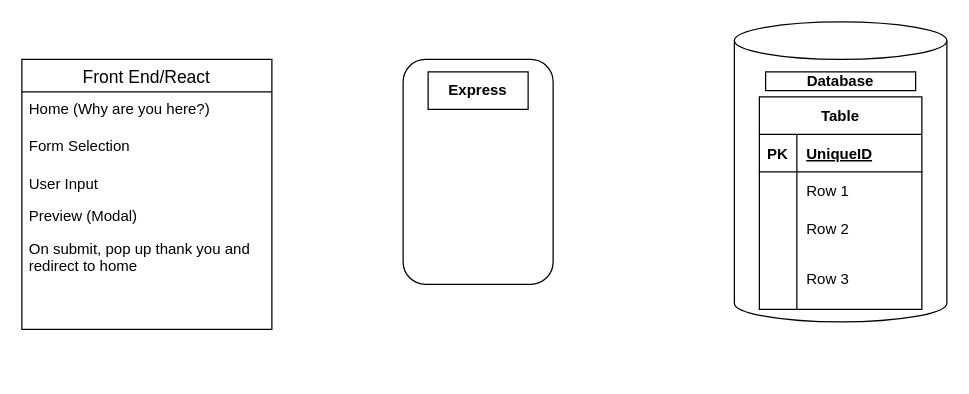
neg-0/mjolnir-frontend keeps this draw.io diagram as Untitled Diagram.drawio. Above is the earlier version. Source tidied: cells renumbered, new cells numbered last; positions are measured from the earlier drawing's top-left corner, leaving out a move shared by most shapes. Both pictures are drawn from the tidied source at 125%, with x=0, y=0 at pixel (21, 21).
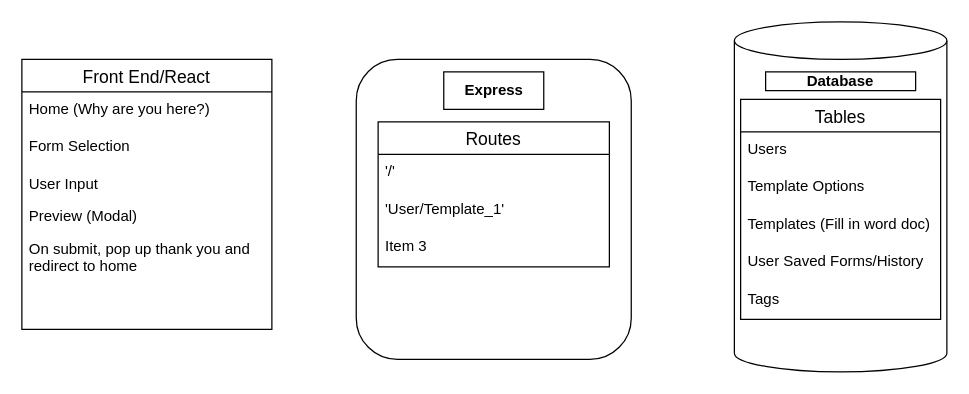
After the change.

Commit message:
Express and DataBase added

Diff of the diagram source:
```diff
@@
     <mxCell id="2" style="shape=cylinder3;whiteSpace=wrap;html=1;boundedLbl=1;backgroundOutline=1;size=15;" parent="1" vertex="1">
-      <mxGeometry x="570" width="170" height="240" as="geometry" />
+      <mxGeometry x="570" width="170" height="280" as="geometry" />
     </mxCell>
@@
-    <mxCell id="4" value="Table" style="shape=table;startSize=30;childLayout=tableLayout;rowLines=0;fontStyle=1;align=center;" parent="1" vertex="1">
-      <mxGeometry x="590" y="60" width="130" height="170" as="geometry" />
-    </mxCell>
-    <mxCell id="5" style="shape=partialRectangle;fillColor=none;top=0;left=0;bottom=1;right=0;" parent="4" vertex="1">
-      <mxGeometry y="30" width="130" height="30" as="geometry" />
-    </mxCell>
-    <mxCell id="6" value="PK" style="shape=partialRectangle;fillColor=none;top=0;left=0;bottom=0;right=0;fontStyle=1;overflow=hidden;" parent="5" vertex="1">
-      <mxGeometry width="30" height="30" as="geometry" />
-    </mxCell>
-    <mxCell id="7" value="UniqueID" style="shape=partialRectangle;fillColor=none;top=0;left=0;bottom=0;right=0;align=left;spacingLeft=6;fontStyle=5;overflow=hidden;" parent="5" vertex="1">
-      <mxGeometry x="30" width="100" height="30" as="geometry" />
-    </mxCell>
-    <mxCell id="8" style="shape=partialRectangle;fillColor=none;top=0;left=0;bottom=0;right=0;" parent="4" vertex="1">
-      <mxGeometry y="60" width="130" height="30" as="geometry" />
-    </mxCell>
-    <mxCell id="9" style="shape=partialRectangle;fillColor=none;top=0;left=0;bottom=0;right=0;overflow=hidden;" parent="8" vertex="1">
-      <mxGeometry width="30" height="30" as="geometry" />
-    </mxCell>
-    <mxCell id="10" value="Row 1" style="shape=partialRectangle;fillColor=none;top=0;left=0;bottom=0;right=0;align=left;spacingLeft=6;overflow=hidden;" parent="8" vertex="1">
-      <mxGeometry x="30" width="100" height="30" as="geometry" />
-    </mxCell>
-    <mxCell id="11" style="shape=partialRectangle;fillColor=none;top=0;left=0;bottom=0;right=0;" parent="4" vertex="1">
-      <mxGeometry y="90" width="130" height="30" as="geometry" />
-    </mxCell>
-    <mxCell id="12" style="shape=partialRectangle;fillColor=none;top=0;left=0;bottom=0;right=0;overflow=hidden;" parent="11" vertex="1">
-      <mxGeometry width="30" height="30" as="geometry" />
-    </mxCell>
-    <mxCell id="13" value="Row 2" style="shape=partialRectangle;fillColor=none;top=0;left=0;bottom=0;right=0;align=left;spacingLeft=6;overflow=hidden;" parent="11" vertex="1">
-      <mxGeometry x="30" width="100" height="30" as="geometry" />
-    </mxCell>
-    <mxCell id="14" style="shape=partialRectangle;fillColor=none;top=0;left=0;bottom=0;right=0;" parent="4" vertex="1">
-      <mxGeometry y="120" width="130" height="50" as="geometry" />
-    </mxCell>
-    <mxCell id="15" style="shape=partialRectangle;fillColor=none;top=0;left=0;bottom=0;right=0;overflow=hidden;" parent="14" vertex="1">
-      <mxGeometry width="30" height="50" as="geometry" />
-    </mxCell>
-    <mxCell id="16" value="Row 3" style="shape=partialRectangle;fillColor=none;top=0;left=0;bottom=0;right=0;align=left;spacingLeft=6;overflow=hidden;" parent="14" vertex="1">
-      <mxGeometry x="30" width="100" height="50" as="geometry" />
-    </mxCell>
     <mxCell id="17" style="rounded=1;whiteSpace=wrap;html=1;" parent="1" vertex="1">
-      <mxGeometry x="305" y="30" width="120" height="180" as="geometry" />
+      <mxGeometry x="267.5" y="30" width="220" height="240" as="geometry" />
     </mxCell>
     <mxCell id="18" value="&lt;b&gt;Express&lt;/b&gt;" style="rounded=0;whiteSpace=wrap;html=1;" parent="1" vertex="1">
-      <mxGeometry x="325" y="40" width="80" height="30" as="geometry" />
+      <mxGeometry x="337.5" y="40" width="80" height="30" as="geometry" />
     </mxCell>
@@
+    <mxCell id="26" value="Tables" style="swimlane;fontStyle=0;horizontal=1;startSize=26;align=center;fontSize=14;" parent="1" vertex="1">
+      <mxGeometry x="575" y="62" width="160" height="176" as="geometry" />
+    </mxCell>
+    <mxCell id="27" value="Users" style="text;strokeColor=none;fillColor=none;spacingLeft=4;spacingRight=4;overflow=hidden;fontSize=12;" parent="26" vertex="1">
+      <mxGeometry y="26" width="160" height="30" as="geometry" />
+    </mxCell>
+    <mxCell id="28" value="Template Options" style="text;strokeColor=none;fillColor=none;spacingLeft=4;spacingRight=4;overflow=hidden;fontSize=12;" parent="26" vertex="1">
+      <mxGeometry y="56" width="160" height="30" as="geometry" />
+    </mxCell>
+    <mxCell id="29" value="Templates (Fill in word doc)" style="text;strokeColor=none;fillColor=none;spacingLeft=4;spacingRight=4;overflow=hidden;fontSize=12;" parent="26" vertex="1">
+      <mxGeometry y="86" width="160" height="30" as="geometry" />
+    </mxCell>
+    <mxCell id="30" value="User Saved Forms/History" style="text;strokeColor=none;fillColor=none;spacingLeft=4;spacingRight=4;overflow=hidden;fontSize=12;" parent="26" vertex="1">
+      <mxGeometry y="116" width="160" height="30" as="geometry" />
+    </mxCell>
+    <mxCell id="31" value="Tags" style="text;strokeColor=none;fillColor=none;spacingLeft=4;spacingRight=4;overflow=hidden;fontSize=12;" parent="26" vertex="1">
+      <mxGeometry y="146" width="160" height="30" as="geometry" />
+    </mxCell>
+    <mxCell id="32" value="Routes" style="swimlane;fontStyle=0;horizontal=1;startSize=26;align=center;fontSize=14;" parent="1" vertex="1">
+      <mxGeometry x="285" y="80" width="185" height="116" as="geometry" />
+    </mxCell>
+    <mxCell id="33" value="'/'" style="text;strokeColor=none;fillColor=none;spacingLeft=4;spacingRight=4;overflow=hidden;fontSize=12;" parent="32" vertex="1">
+      <mxGeometry y="26" width="185" height="30" as="geometry" />
+    </mxCell>
+    <mxCell id="34" value="'User/Template_1'" style="text;strokeColor=none;fillColor=none;spacingLeft=4;spacingRight=4;overflow=hidden;fontSize=12;" parent="32" vertex="1">
+      <mxGeometry y="56" width="185" height="30" as="geometry" />
+    </mxCell>
+    <mxCell id="35" value="Item 3" style="text;strokeColor=none;fillColor=none;spacingLeft=4;spacingRight=4;overflow=hidden;fontSize=12;" parent="32" vertex="1">
+      <mxGeometry y="86" width="185" height="30" as="geometry" />
+    </mxCell>
```
